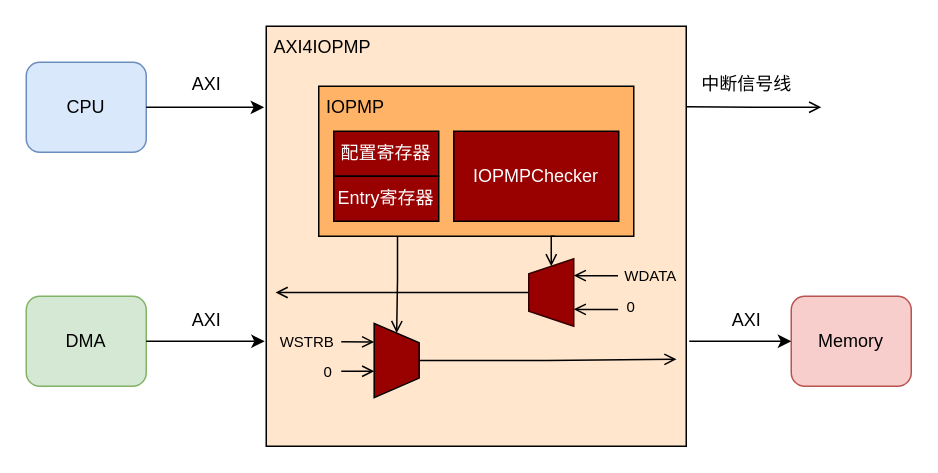
Before: axi4iopmp.drawio in Invariant64/draw.io, a draw.io diagram. Source tidied: cells renumbered, new cells numbered last; positions are measured from the earlier drawing's top-left corner, leaving out a move shared by most shapes. Both pictures are drawn from the tidied source at 150%, with x=0, y=0 at pixel (26, 26).
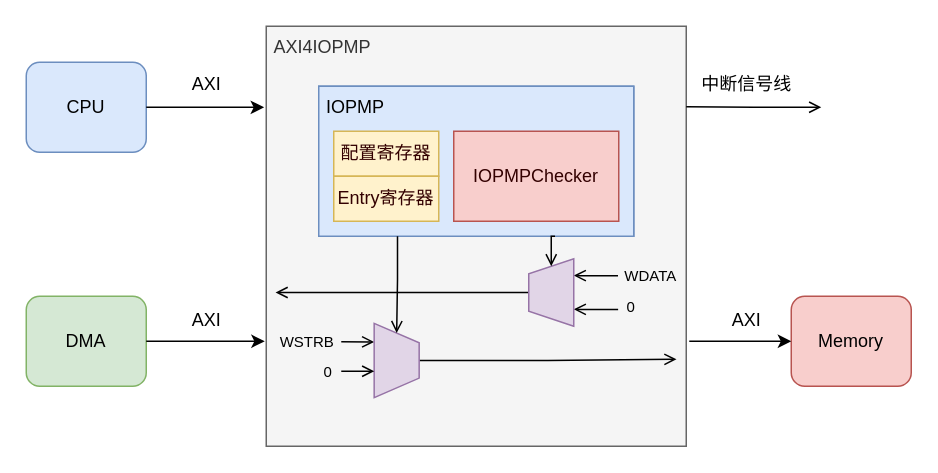
After the change.

Diff of the diagram source:
```diff
@@
-    <mxCell id="2" value="&amp;nbsp;AXI4IOPMP" style="rounded=0;whiteSpace=wrap;html=1;verticalAlign=top;align=left;fillColor=#FFE6CC;" parent="1" vertex="1">
+    <mxCell id="2" value="&amp;nbsp;AXI4IOPMP" style="rounded=0;whiteSpace=wrap;html=1;verticalAlign=top;align=left;fillColor=#f5f5f5;strokeColor=#666666;fontColor=#333333;" parent="1" vertex="1">
       <mxGeometry x="160" width="280" height="280" as="geometry" />
     </mxCell>
@@
-    <mxCell id="9" style="group;fillColor=default;" parent="1" vertex="1">
+    <mxCell id="9" style="group;fillColor=#dae8fc;strokeColor=#6c8ebf;" parent="1" vertex="1">
       <mxGeometry x="195" y="40" width="210" height="100" as="geometry" />
     </mxCell>
-    <mxCell id="10" value="&amp;nbsp;IOPMP" style="rounded=0;whiteSpace=wrap;html=1;align=left;verticalAlign=top;fillColor=#FFB366;" parent="9" vertex="1">
+    <mxCell id="10" value="&amp;nbsp;IOPMP" style="rounded=0;whiteSpace=wrap;html=1;align=left;verticalAlign=top;fillColor=#dae8fc;strokeColor=#6c8ebf;" parent="9" vertex="1">
       <mxGeometry width="210" height="100" as="geometry" />
     </mxCell>
-    <mxCell id="11" value="&lt;font style=&quot;color: rgb(255, 255, 255);&quot;&gt;配置寄存器&lt;/font&gt;" style="rounded=0;whiteSpace=wrap;html=1;fillColor=#990000;gradientColor=none;" parent="9" vertex="1">
+    <mxCell id="11" value="&lt;font style=&quot;color: rgb(51, 0, 0);&quot;&gt;配置寄存器&lt;/font&gt;" style="rounded=0;whiteSpace=wrap;html=1;fillColor=#fff2cc;strokeColor=#d6b656;" parent="9" vertex="1">
       <mxGeometry x="10" y="30" width="70" height="30" as="geometry" />
     </mxCell>
-    <mxCell id="12" value="&lt;font style=&quot;color: rgb(255, 255, 255);&quot;&gt;Entry寄存器&lt;/font&gt;" style="rounded=0;whiteSpace=wrap;html=1;fillColor=#990000;" parent="9" vertex="1">
+    <mxCell id="12" value="&lt;font style=&quot;color: rgb(51, 0, 0);&quot;&gt;Entry寄存器&lt;/font&gt;" style="rounded=0;whiteSpace=wrap;html=1;fillColor=#fff2cc;strokeColor=#d6b656;" parent="9" vertex="1">
       <mxGeometry x="10" y="60" width="70" height="30" as="geometry" />
     </mxCell>
-    <mxCell id="13" value="&lt;font style=&quot;color: rgb(255, 255, 255);&quot;&gt;IOPMPChecker&lt;/font&gt;" style="rounded=0;whiteSpace=wrap;html=1;fillColor=#990000;" parent="9" vertex="1">
+    <mxCell id="13" value="&lt;font style=&quot;color: rgb(51, 0, 0);&quot;&gt;IOPMPChecker&lt;/font&gt;" style="rounded=0;whiteSpace=wrap;html=1;fillColor=#f8cecc;strokeColor=#b85450;" parent="9" vertex="1">
       <mxGeometry x="90" y="30" width="110" height="60" as="geometry" />
     </mxCell>
@@
-    <mxCell id="17" style="shape=trapezoid;perimeter=trapezoidPerimeter;whiteSpace=wrap;html=1;fixedSize=1;rotation=-90;size=10;fillColor=#990000;strokeColor=#330000;" parent="1" vertex="1">
+    <mxCell id="17" style="shape=trapezoid;perimeter=trapezoidPerimeter;whiteSpace=wrap;html=1;fixedSize=1;rotation=-90;size=10;fillColor=#e1d5e7;strokeColor=#9673a6;" parent="1" vertex="1">
       <mxGeometry x="327.5" y="162.5" width="45" height="30" as="geometry" />
     </mxCell>
@@
-    <mxCell id="21" style="shape=trapezoid;perimeter=trapezoidPerimeter;whiteSpace=wrap;html=1;fixedSize=1;rotation=90;size=13;fillColor=#990000;" parent="1" vertex="1">
+    <mxCell id="21" style="shape=trapezoid;perimeter=trapezoidPerimeter;whiteSpace=wrap;html=1;fixedSize=1;rotation=90;size=13;fillColor=#e1d5e7;strokeColor=#9673a6;" parent="1" vertex="1">
       <mxGeometry x="222.2" y="207.8" width="49.5" height="30" as="geometry" />
     </mxCell>
```
